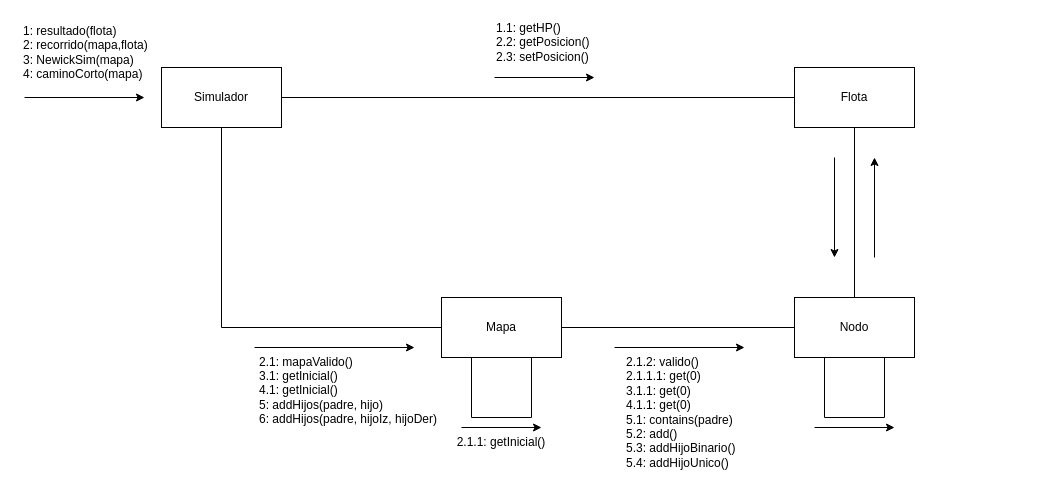
Before: ej2diagramacomunicacion.drawio in paulacarril/diagramas, a draw.io diagram. Source tidied: cells renumbered, new cells numbered last; positions are measured from the earlier drawing's top-left corner, leaving out a move shared by most shapes. Both pictures are drawn from the tidied source at 100%, with x=0, y=0 at pixel (21, 17).
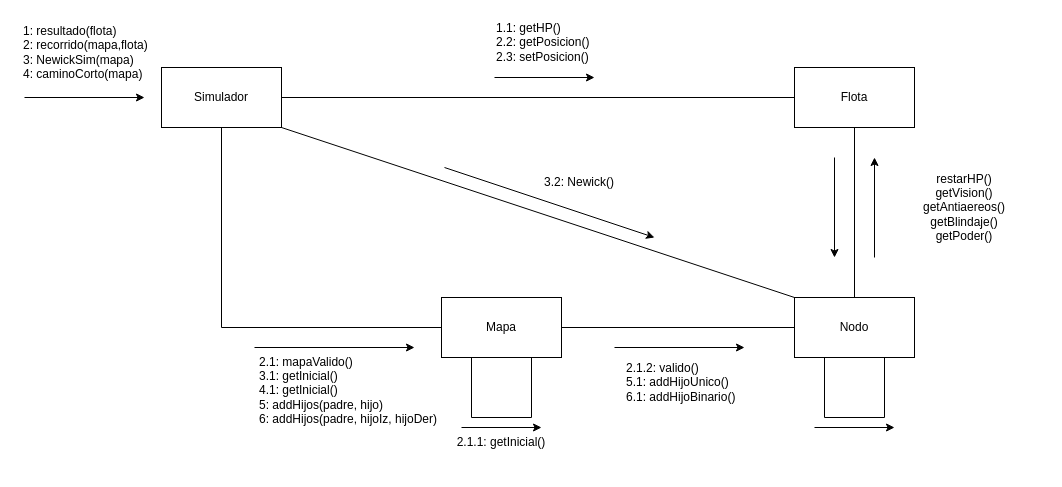
After the change.

Unchanged cells that the change refers to:
```xml
<mxCell id="2" value="Simulador" style="rounded=0;whiteSpace=wrap;html=1;" parent="1" vertex="1">
  <mxGeometry x="140" y="50" width="120" height="60" as="geometry" />
</mxCell>
<mxCell id="4" value="Nodo" style="rounded=0;whiteSpace=wrap;html=1;" parent="1" vertex="1">
  <mxGeometry x="773" y="280" width="120" height="60" as="geometry" />
</mxCell>
```

The edit, as a diff of the source:
```diff
@@
-    <mxCell id="15" value="2.1.2: valido()&lt;br&gt;2.1.1.1: get(0)&lt;br&gt;3.1.1: get(0)&lt;br&gt;4.1.1: get(0)&lt;br&gt;5.1: contains(padre)&lt;br&gt;5.2: add()&lt;br&gt;5.3: addHijoBinario()&lt;br&gt;5.4: addHijoUnico()" style="text;html=1;strokeColor=none;fillColor=none;align=left;verticalAlign=middle;whiteSpace=wrap;rounded=0;" parent="1" vertex="1">
-      <mxGeometry x="603" y="340" width="130" height="110" as="geometry" />
+    <mxCell id="15" value="2.1.2: valido()&lt;br&gt;5.1: addHijoUnico()&lt;br&gt;6.1: addHijoBinario()" style="text;html=1;strokeColor=none;fillColor=none;align=left;verticalAlign=middle;whiteSpace=wrap;rounded=0;" parent="1" vertex="1">
+      <mxGeometry x="603" y="340" width="130" height="50" as="geometry" />
     </mxCell>
@@
+    <mxCell id="29" value="restarHP()&lt;br&gt;getVision()&lt;br&gt;getAntiaereos()&lt;br&gt;getBlindaje()&lt;br&gt;getPoder()" style="text;html=1;strokeColor=none;fillColor=none;align=center;verticalAlign=middle;whiteSpace=wrap;rounded=0;" parent="1" vertex="1">
+      <mxGeometry x="863" y="140" width="160" height="100" as="geometry" />
+    </mxCell>
+    <mxCell id="30" style="endArrow=none;html=1;rounded=0;entryX=0;entryY=0;entryDx=0;entryDy=0;exitX=1;exitY=1;exitDx=0;exitDy=0;" parent="1" edge="1" source="2" target="4">
+      <mxGeometry relative="1" as="geometry" />
+    </mxCell>
+    <mxCell id="31" style="endArrow=classic;html=1;rounded=0;" parent="1" edge="1">
+      <mxGeometry relative="1" as="geometry">
+        <mxPoint x="423" y="150" as="sourcePoint" />
+        <mxPoint x="633" y="220" as="targetPoint" />
+      </mxGeometry>
+    </mxCell>
+    <mxCell id="32" value="3.2: Newick()" style="text;html=1;strokeColor=none;fillColor=none;align=center;verticalAlign=middle;whiteSpace=wrap;rounded=0;" parent="1" vertex="1">
+      <mxGeometry x="503" y="150" width="110" height="30" as="geometry" />
+    </mxCell>
```
